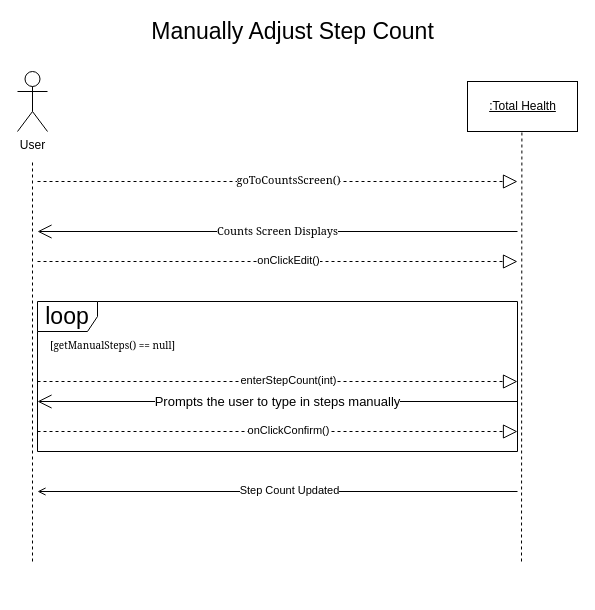
Before: SSD - Manually Adjust Step Count.drawio in Esaied19/Team-Albatross, a draw.io diagram. Source tidied: cells renumbered, new cells numbered last; positions are measured from the earlier drawing's top-left corner, leaving out a move shared by most shapes. Both pictures are drawn from the tidied source at 100%, with x=0, y=0 at pixel (17, 21).
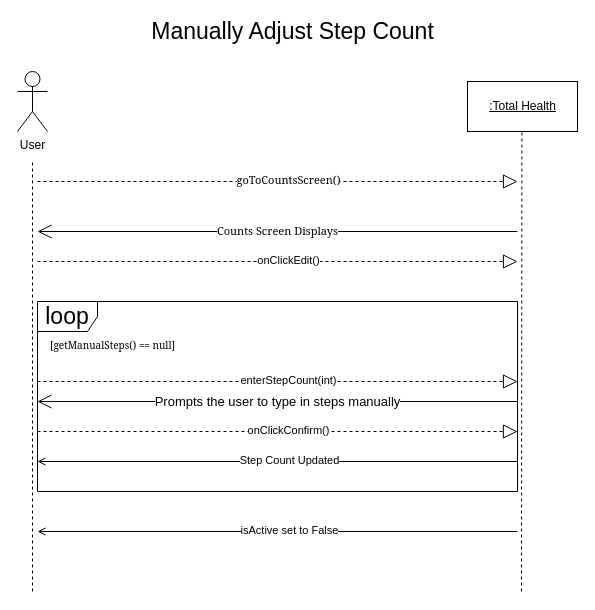
The same diagram, later.

Diff of the diagram source:
```diff
@@
     <mxCell id="2" value="loop" style="shape=umlFrame;whiteSpace=wrap;html=1;fontSize=23;" parent="1" vertex="1">
-      <mxGeometry x="20" y="280" width="480" height="150" as="geometry" />
+      <mxGeometry x="20" y="280" width="480" height="190" as="geometry" />
     </mxCell>
@@
     <mxCell id="5" style="endArrow=none;dashed=1;html=1;rounded=0;" parent="1" edge="1">
       <mxGeometry relative="1" as="geometry">
-        <mxPoint x="15" y="540" as="sourcePoint" />
+        <mxPoint x="15" y="570" as="sourcePoint" />
         <mxPoint x="15" y="140" as="targetPoint" />
       </mxGeometry>
     </mxCell>
     <mxCell id="6" style="endArrow=none;dashed=1;html=1;rounded=0;" parent="1" edge="1">
       <mxGeometry relative="1" as="geometry">
-        <mxPoint x="504" y="540" as="sourcePoint" />
+        <mxPoint x="504" y="570" as="sourcePoint" />
         <mxPoint x="504.4" y="110" as="targetPoint" />
       </mxGeometry>
     </mxCell>
@@
     <mxCell id="15" style="endArrow=open;html=1;rounded=0;fontFamily=Georgia;endFill=0;strokeWidth=1;" parent="1" edge="1">
       <mxGeometry relative="1" as="geometry">
-        <mxPoint x="500" y="470" as="sourcePoint" />
-        <mxPoint x="20" y="470" as="targetPoint" />
+        <mxPoint x="500" y="440" as="sourcePoint" />
+        <mxPoint x="20" y="440" as="targetPoint" />
       </mxGeometry>
     </mxCell>
@@
+    <mxCell id="21" style="endArrow=open;html=1;rounded=0;fontFamily=Georgia;endFill=0;strokeWidth=1;" parent="1" edge="1">
+      <mxGeometry relative="1" as="geometry">
+        <mxPoint x="500" y="510" as="sourcePoint" />
+        <mxPoint x="20" y="510" as="targetPoint" />
+      </mxGeometry>
+    </mxCell>
+    <mxCell id="22" value="isActive set to False" style="edgeLabel;html=1;align=center;verticalAlign=middle;" parent="21" vertex="1">
+      <mxGeometry x="0.17" y="-2" relative="1" as="geometry">
+        <mxPoint x="52" as="offset" />
+      </mxGeometry>
+    </mxCell>
```
